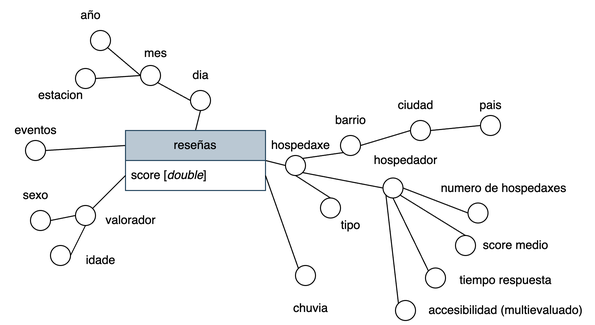
Above: entrega_01/memoria/diagramas/multidimensional.drawio.png in PepeRoConde/BD2 (draw.io), before the change. Source tidied: cells renumbered, new cells last; positions are measured from the earlier drawing's top-left corner, leaving out a move shared by most shapes.
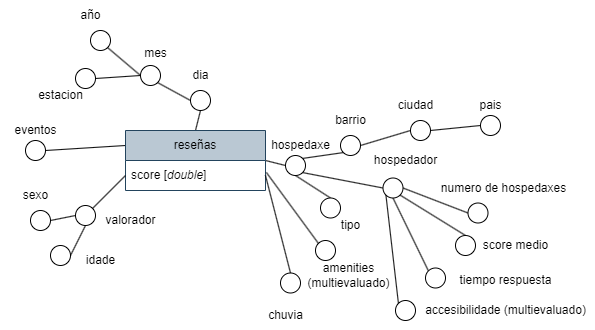
The same diagram one commit later.

The edit, as a diff of the source:
```diff
@@ -81,9 +81,9 @@
       <mxGeometry x="325" y="105" width="50" height="30" as="geometry" />
     </mxCell>
     <mxCell id="28" style="ellipse;whiteSpace=wrap;html=1;" parent="1" vertex="1">
-      <mxGeometry x="295" y="265" width="20" height="20" as="geometry" />
+      <mxGeometry x="280" y="272.5" width="20" height="20" as="geometry" />
     </mxCell>
-    <mxCell id="29" style="rounded=0;jettySize=auto;html=1;exitX=1;exitY=0.5;exitDx=0;exitDy=0;endArrow=none;startFill=0;entryX=0;entryY=0;entryDx=0;entryDy=0;" parent="1" edge="1" source="6" target="28">
+    <mxCell id="29" style="rounded=0;jettySize=auto;html=1;exitX=1;exitY=0.5;exitDx=0;exitDy=0;endArrow=none;startFill=0;entryX=0.5;entryY=0;entryDx=0;entryDy=0;" parent="1" edge="1" source="6" target="28">
       <mxGeometry relative="1" as="geometry" />
     </mxCell>
     <mxCell id="30" style="rounded=0;jettySize=auto;html=1;exitX=1;exitY=0.5;exitDx=0;exitDy=0;entryX=0;entryY=0.5;entryDx=0;entryDy=0;endArrow=none;startFill=0;" parent="1" edge="1" source="31" target="35">
@@ -117,7 +117,7 @@
       <mxGeometry x="25" y="80" width="70" height="30" as="geometry" />
     </mxCell>
     <mxCell id="40" value="chuvia" style="text;html=1;align=center;verticalAlign=middle;strokeColor=none;fillColor=none;" parent="1" vertex="1">
-      <mxGeometry x="280" y="292.5" width="60" height="30" as="geometry" />
+      <mxGeometry x="255" y="300" width="60" height="30" as="geometry" />
     </mxCell>
     <mxCell id="41" style="rounded=0;jettySize=auto;html=1;exitX=0;exitY=0.5;exitDx=0;exitDy=0;entryX=1;entryY=0.5;entryDx=0;entryDy=0;endArrow=none;startFill=0;" parent="1" edge="1" source="43" target="50">
       <mxGeometry relative="1" as="geometry" />
@@ -176,8 +176,17 @@
     <mxCell id="59" style="ellipse;whiteSpace=wrap;html=1;" parent="1" vertex="1">
       <mxGeometry x="395" y="300" width="20" height="20" as="geometry" />
     </mxCell>
-    <mxCell id="60" value="accesibilidad (multievaluado)" style="text;html=1;align=center;verticalAlign=middle;strokeColor=none;fillColor=none;" parent="1" vertex="1">
+    <mxCell id="60" value="accesibilidade (multievaluado)" style="text;html=1;align=center;verticalAlign=middle;strokeColor=none;fillColor=none;" parent="1" vertex="1">
       <mxGeometry x="415" y="295" width="180" height="30" as="geometry" />
     </mxCell>
+    <mxCell id="61" style="ellipse;whiteSpace=wrap;html=1;" parent="1" vertex="1">
+      <mxGeometry x="315" y="240" width="20" height="20" as="geometry" />
+    </mxCell>
+    <mxCell id="62" style="endArrow=none;html=1;rounded=0;entryX=0;entryY=0;entryDx=0;entryDy=0;exitX=1.006;exitY=0.397;exitDx=0;exitDy=0;exitPerimeter=0;" parent="1" edge="1" source="6" target="61">
+      <mxGeometry relative="1" as="geometry" />
+    </mxCell>
+    <mxCell id="63" value="amenities&lt;br&gt;(multievaluado)" style="text;html=1;align=center;verticalAlign=middle;strokeColor=none;fillColor=none;" parent="1" vertex="1">
+      <mxGeometry x="292.5" y="255" width="110" height="40" as="geometry" />
+    </mxCell>
   </root>
 </mxGraphModel>
```
